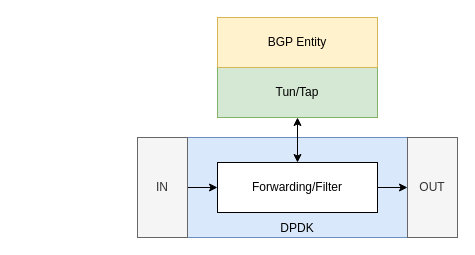
Before: Untitled Diagram.drawio in MengJie/design, a draw.io diagram. Source tidied: cells renumbered, new cells numbered last; positions are measured from the earlier drawing's top-left corner, leaving out a move shared by most shapes. Both pictures are drawn from the tidied source at 100%, with x=0, y=0 at pixel (137, 17).
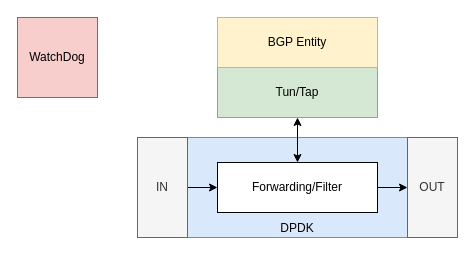
The same page after the edit.

Diff of the diagram source:
```diff
@@
 <mxGraphModel>
   <root>
     <mxCell id="0" />
     <mxCell id="1" parent="0" />
     <mxCell id="2" value="DPDK" style="rounded=0;whiteSpace=wrap;html=1;fillColor=#dae8fc;strokeColor=#6c8ebf;verticalAlign=bottom;align=center;" parent="1" vertex="1">
       <mxGeometry y="120" width="320" height="100" as="geometry" />
     </mxCell>
     <mxCell id="3" style="edgeStyle=orthogonalEdgeStyle;rounded=0;jettySize=auto;html=1;startArrow=classic;startFill=1;" parent="1" edge="1" source="4" target="9">
       <mxGeometry relative="1" as="geometry" />
     </mxCell>
     <mxCell id="4" value="Tun/Tap" style="rounded=0;whiteSpace=wrap;html=1;fillColor=#d5e8d4;strokeColor=#82b366;" parent="1" vertex="1">
       <mxGeometry x="80" y="50" width="160" height="50" as="geometry" />
     </mxCell>
     <mxCell id="5" style="edgeStyle=orthogonalEdgeStyle;rounded=0;jettySize=auto;html=1;startArrow=none;startFill=0;" parent="1" edge="1" source="6" target="9">
       <mxGeometry relative="1" as="geometry" />
     </mxCell>
     <mxCell id="6" value="IN" style="rounded=0;whiteSpace=wrap;html=1;align=center;fillColor=#f5f5f5;strokeColor=#666666;fontColor=#333333;" parent="1" vertex="1">
       <mxGeometry y="120" width="50" height="100" as="geometry" />
     </mxCell>
     <mxCell id="7" value="OUT" style="rounded=0;whiteSpace=wrap;html=1;align=center;fillColor=#f5f5f5;strokeColor=#666666;fontColor=#333333;" parent="1" vertex="1">
       <mxGeometry x="270" y="120" width="50" height="100" as="geometry" />
     </mxCell>
     <mxCell id="8" style="edgeStyle=orthogonalEdgeStyle;rounded=0;jettySize=auto;html=1;startArrow=none;startFill=0;" parent="1" edge="1" source="9" target="7">
       <mxGeometry relative="1" as="geometry" />
     </mxCell>
     <mxCell id="9" value="Forwarding/Filter" style="rounded=0;whiteSpace=wrap;html=1;align=center;" parent="1" vertex="1">
       <mxGeometry x="80" y="145" width="160" height="50" as="geometry" />
     </mxCell>
     <mxCell id="10" value="BGP Entity" style="rounded=0;whiteSpace=wrap;html=1;align=center;fillColor=#fff2cc;strokeColor=#d6b656;" parent="1" vertex="1">
       <mxGeometry x="80" width="160" height="50" as="geometry" />
     </mxCell>
+    <mxCell id="11" value="WatchDog" style="rounded=0;whiteSpace=wrap;html=1;align=center;fillColor=#f8cecc;strokeColor=#b85450;" parent="1" vertex="1">
+      <mxGeometry x="-120" width="80" height="80" as="geometry" />
+    </mxCell>
   </root>
 </mxGraphModel>
```
